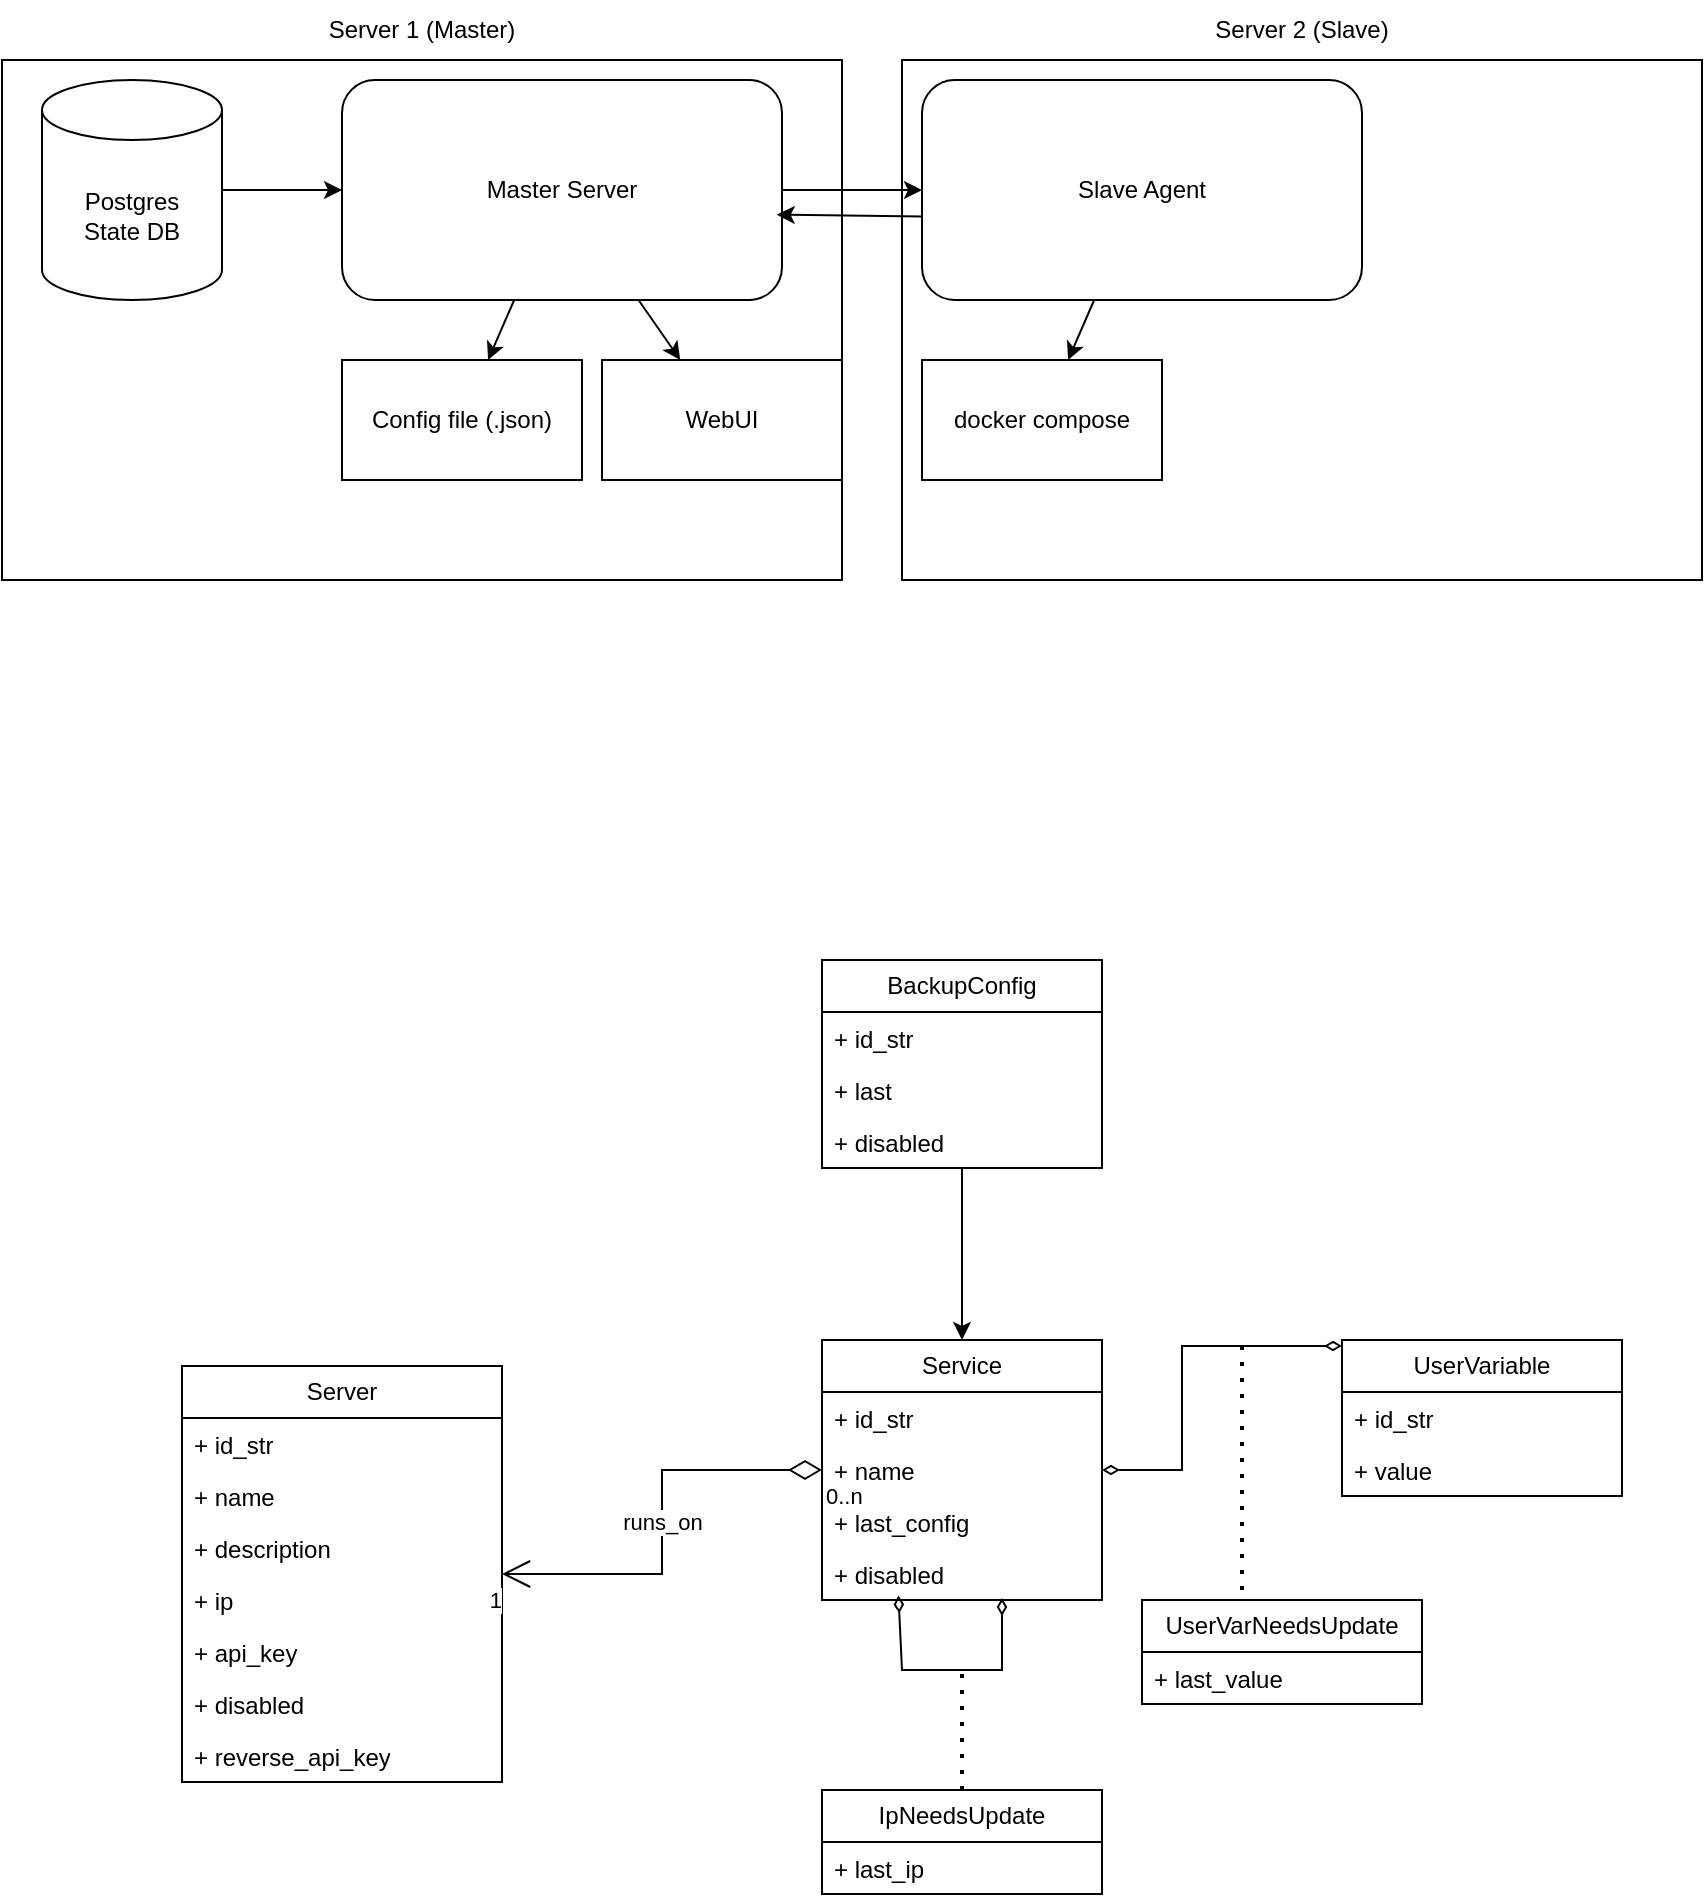
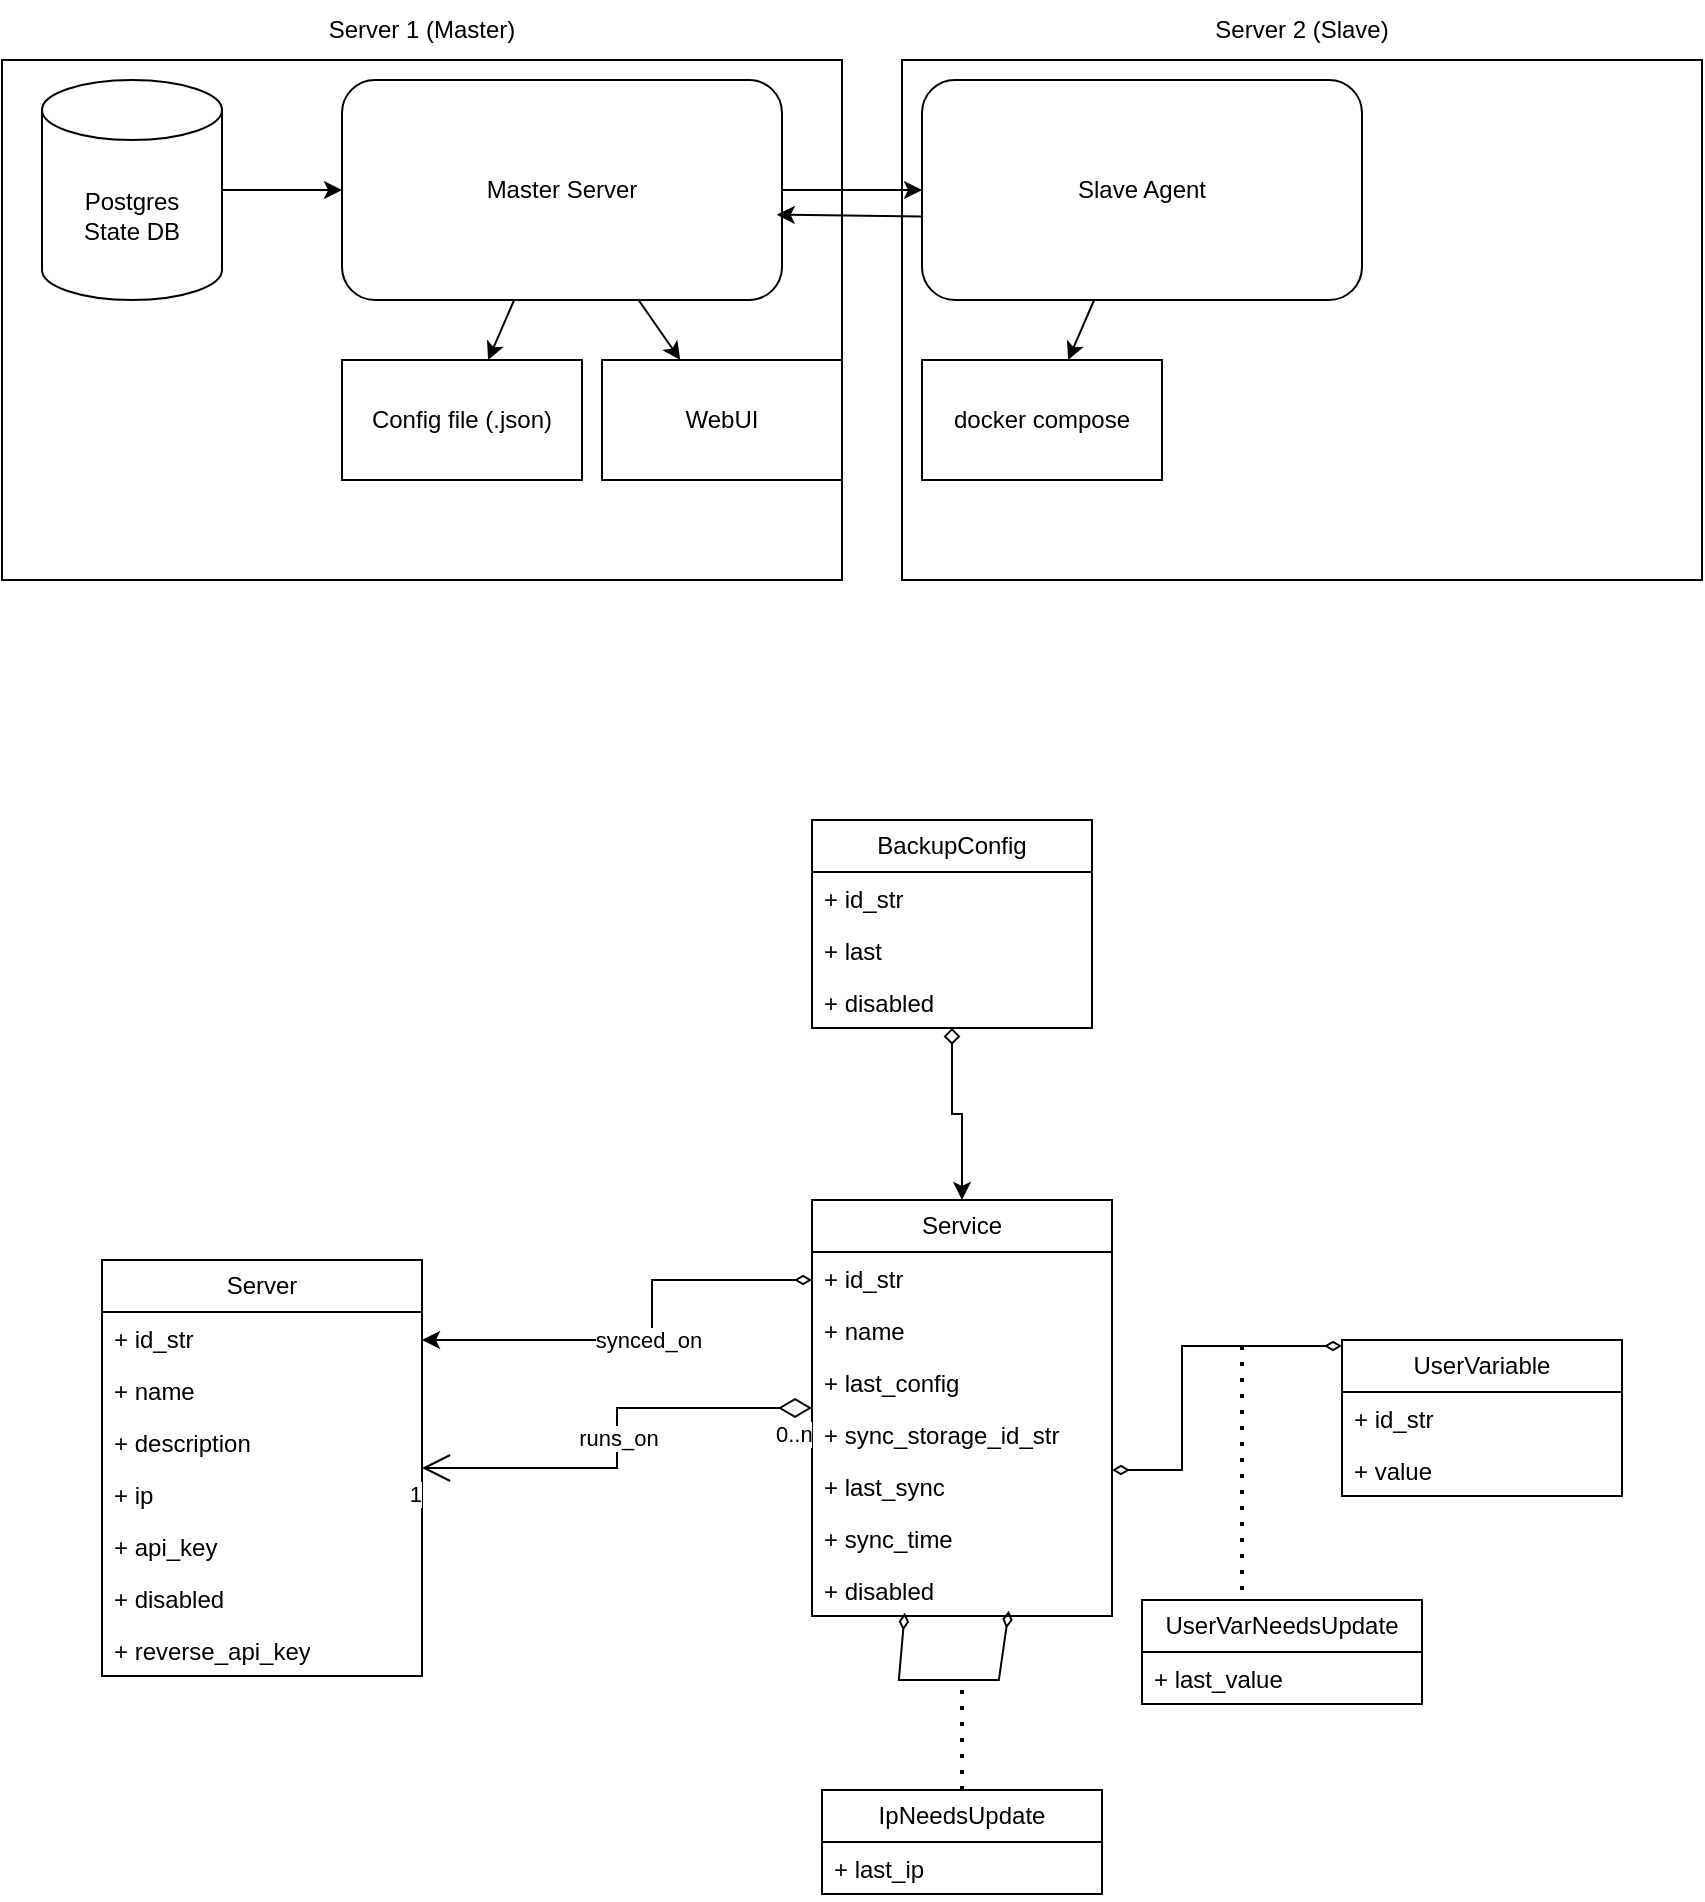
<mxfile host="Electron">
  <diagram name="Page-1" id="u04dbDLROSChQwQIIN78">
-     <mxGraphModel dx="1384" dy="828" grid="1" gridSize="10" guides="1" tooltips="1" connect="1" arrows="1" fold="1" page="1" pageScale="1" pageWidth="850" pageHeight="1100" math="0" shadow="0">
+     <mxGraphModel dx="1119" dy="571" grid="1" gridSize="10" guides="1" tooltips="1" connect="1" arrows="1" fold="1" page="1" pageScale="1" pageWidth="850" pageHeight="1100" math="0" shadow="0">
      <root>
        <mxCell id="0" />
        <mxCell id="1" parent="0" />
        <mxCell id="9iV64V9ao0oustIcTG5U-1" parent="1" style="rounded=0;whiteSpace=wrap;html=1;" value="" vertex="1">
          <mxGeometry height="260" width="420" y="160" as="geometry" />
        </mxCell>
        <mxCell id="7rpz_S_4JCBHVgRM38Kg-1" parent="1" style="shape=cylinder3;whiteSpace=wrap;html=1;boundedLbl=1;backgroundOutline=1;size=15;" value="Postgres&lt;div&gt;State DB&lt;/div&gt;" vertex="1">
          <mxGeometry height="110" width="90" x="20" y="170" as="geometry" />
        </mxCell>
        <mxCell id="9iV64V9ao0oustIcTG5U-2" parent="1" style="text;html=1;whiteSpace=wrap;strokeColor=none;fillColor=none;align=center;verticalAlign=middle;rounded=0;" value="Server 1 (Master)" vertex="1">
          <mxGeometry height="30" width="420" y="130" as="geometry" />
        </mxCell>
        <mxCell id="9iV64V9ao0oustIcTG5U-3" edge="1" parent="1" source="9iV64V9ao0oustIcTG5U-4" style="endArrow=classic;html=1;rounded=0;" value="">
          <mxGeometry height="50" relative="1" width="50" as="geometry">
            <mxPoint x="140" y="240" as="sourcePoint" />
            <mxPoint x="219" y="226" as="targetPoint" />
          </mxGeometry>
        </mxCell>
        <mxCell id="9iV64V9ao0oustIcTG5U-5" edge="1" parent="1" source="7rpz_S_4JCBHVgRM38Kg-1" style="endArrow=classic;html=1;rounded=0;" target="9iV64V9ao0oustIcTG5U-4" value="">
          <mxGeometry height="50" relative="1" width="50" as="geometry">
            <mxPoint x="110" y="225" as="sourcePoint" />
            <mxPoint x="219" y="226" as="targetPoint" />
          </mxGeometry>
        </mxCell>
        <mxCell id="9iV64V9ao0oustIcTG5U-4" parent="1" style="rounded=1;whiteSpace=wrap;html=1;" value="Master Server" vertex="1">
          <mxGeometry height="110" width="220" x="170" y="170" as="geometry" />
        </mxCell>
        <mxCell id="9iV64V9ao0oustIcTG5U-8" parent="1" style="rounded=0;whiteSpace=wrap;html=1;" value="Config file (.json)" vertex="1">
          <mxGeometry height="60" width="120" x="170" y="310" as="geometry" />
        </mxCell>
        <mxCell id="9iV64V9ao0oustIcTG5U-9" edge="1" parent="1" source="9iV64V9ao0oustIcTG5U-4" style="endArrow=classic;html=1;rounded=0;" target="9iV64V9ao0oustIcTG5U-8" value="">
          <mxGeometry height="50" relative="1" width="50" as="geometry">
            <mxPoint x="230" y="240" as="sourcePoint" />
            <mxPoint x="280" y="190" as="targetPoint" />
          </mxGeometry>
        </mxCell>
        <mxCell id="9iV64V9ao0oustIcTG5U-10" parent="1" style="rounded=0;whiteSpace=wrap;html=1;" value="WebUI" vertex="1">
          <mxGeometry height="60" width="120" x="300" y="310" as="geometry" />
        </mxCell>
        <mxCell id="9iV64V9ao0oustIcTG5U-11" edge="1" parent="1" source="9iV64V9ao0oustIcTG5U-4" style="endArrow=classic;html=1;rounded=0;" target="9iV64V9ao0oustIcTG5U-10" value="">
          <mxGeometry height="50" relative="1" width="50" as="geometry">
            <mxPoint x="253" y="290" as="sourcePoint" />
            <mxPoint x="240" y="320" as="targetPoint" />
          </mxGeometry>
        </mxCell>
        <mxCell id="9iV64V9ao0oustIcTG5U-15" parent="1" style="swimlane;fontStyle=0;childLayout=stackLayout;horizontal=1;startSize=26;fillColor=none;horizontalStack=0;resizeParent=1;resizeParentMax=0;resizeLast=0;collapsible=1;marginBottom=0;whiteSpace=wrap;html=1;" value="Server" vertex="1">
-           <mxGeometry height="208" width="160" x="90" y="813" as="geometry" />
+           <mxGeometry height="208" width="160" x="50" y="760" as="geometry" />
        </mxCell>
        <mxCell id="9iV64V9ao0oustIcTG5U-16" parent="9iV64V9ao0oustIcTG5U-15" style="text;strokeColor=none;fillColor=none;align=left;verticalAlign=top;spacingLeft=4;spacingRight=4;overflow=hidden;rotatable=0;points=[[0,0.5],[1,0.5]];portConstraint=eastwest;whiteSpace=wrap;html=1;" value="+ id_str" vertex="1">
          <mxGeometry height="26" width="160" y="26" as="geometry" />
        </mxCell>
        <mxCell id="QAZGeB9ZXG2ebW3zgeek-1" parent="9iV64V9ao0oustIcTG5U-15" style="text;strokeColor=none;fillColor=none;align=left;verticalAlign=top;spacingLeft=4;spacingRight=4;overflow=hidden;rotatable=0;points=[[0,0.5],[1,0.5]];portConstraint=eastwest;whiteSpace=wrap;html=1;" value="+ name" vertex="1">
          <mxGeometry height="26" width="160" y="52" as="geometry" />
        </mxCell>
        <mxCell id="9iV64V9ao0oustIcTG5U-17" parent="9iV64V9ao0oustIcTG5U-15" style="text;strokeColor=none;fillColor=none;align=left;verticalAlign=top;spacingLeft=4;spacingRight=4;overflow=hidden;rotatable=0;points=[[0,0.5],[1,0.5]];portConstraint=eastwest;whiteSpace=wrap;html=1;" value="+ description" vertex="1">
          <mxGeometry height="26" width="160" y="78" as="geometry" />
        </mxCell>
        <mxCell id="9iV64V9ao0oustIcTG5U-48" parent="9iV64V9ao0oustIcTG5U-15" style="text;strokeColor=none;fillColor=none;align=left;verticalAlign=top;spacingLeft=4;spacingRight=4;overflow=hidden;rotatable=0;points=[[0,0.5],[1,0.5]];portConstraint=eastwest;whiteSpace=wrap;html=1;" value="+ ip" vertex="1">
          <mxGeometry height="26" width="160" y="104" as="geometry" />
        </mxCell>
        <mxCell id="zuQy0vujCF-uNrh0Xsyj-1" parent="9iV64V9ao0oustIcTG5U-15" style="text;strokeColor=none;fillColor=none;align=left;verticalAlign=top;spacingLeft=4;spacingRight=4;overflow=hidden;rotatable=0;points=[[0,0.5],[1,0.5]];portConstraint=eastwest;whiteSpace=wrap;html=1;" value="+ api_key" vertex="1">
          <mxGeometry height="26" width="160" y="130" as="geometry" />
        </mxCell>
        <mxCell id="6e563NBslNJ0M3qvIwMc-1" parent="9iV64V9ao0oustIcTG5U-15" style="text;strokeColor=none;fillColor=none;align=left;verticalAlign=top;spacingLeft=4;spacingRight=4;overflow=hidden;rotatable=0;points=[[0,0.5],[1,0.5]];portConstraint=eastwest;whiteSpace=wrap;html=1;" value="+ disabled" vertex="1">
          <mxGeometry height="26" width="160" y="156" as="geometry" />
        </mxCell>
        <mxCell id="SyAdjNH1BNpWEoZhD5zh-42" parent="9iV64V9ao0oustIcTG5U-15" style="text;strokeColor=none;fillColor=none;align=left;verticalAlign=top;spacingLeft=4;spacingRight=4;overflow=hidden;rotatable=0;points=[[0,0.5],[1,0.5]];portConstraint=eastwest;whiteSpace=wrap;html=1;" value="+ reverse_api_key" vertex="1">
          <mxGeometry height="26" width="160" y="182" as="geometry" />
        </mxCell>
        <mxCell id="9iV64V9ao0oustIcTG5U-19" parent="1" style="swimlane;fontStyle=0;childLayout=stackLayout;horizontal=1;startSize=26;fillColor=none;horizontalStack=0;resizeParent=1;resizeParentMax=0;resizeLast=0;collapsible=1;marginBottom=0;whiteSpace=wrap;html=1;" value="Service" vertex="1">
-           <mxGeometry height="130" width="140" x="410" y="800" as="geometry" />
+           <mxGeometry height="208" width="150" x="405" y="730" as="geometry" />
        </mxCell>
        <mxCell id="9iV64V9ao0oustIcTG5U-20" parent="9iV64V9ao0oustIcTG5U-19" style="text;strokeColor=none;fillColor=none;align=left;verticalAlign=top;spacingLeft=4;spacingRight=4;overflow=hidden;rotatable=0;points=[[0,0.5],[1,0.5]];portConstraint=eastwest;whiteSpace=wrap;html=1;" value="+ id_str" vertex="1">
-           <mxGeometry height="26" width="140" y="26" as="geometry" />
+           <mxGeometry height="26" width="150" y="26" as="geometry" />
        </mxCell>
        <mxCell id="9iV64V9ao0oustIcTG5U-23" parent="9iV64V9ao0oustIcTG5U-19" style="text;strokeColor=none;fillColor=none;align=left;verticalAlign=top;spacingLeft=4;spacingRight=4;overflow=hidden;rotatable=0;points=[[0,0.5],[1,0.5]];portConstraint=eastwest;whiteSpace=wrap;html=1;" value="+ name" vertex="1">
-           <mxGeometry height="26" width="140" y="52" as="geometry" />
+           <mxGeometry height="26" width="150" y="52" as="geometry" />
        </mxCell>
        <mxCell id="9iV64V9ao0oustIcTG5U-21" parent="9iV64V9ao0oustIcTG5U-19" style="text;strokeColor=none;fillColor=none;align=left;verticalAlign=top;spacingLeft=4;spacingRight=4;overflow=hidden;rotatable=0;points=[[0,0.5],[1,0.5]];portConstraint=eastwest;whiteSpace=wrap;html=1;" value="+ last_config" vertex="1">
-           <mxGeometry height="26" width="140" y="78" as="geometry" />
+           <mxGeometry height="26" width="150" y="78" as="geometry" />
+         </mxCell>
+         <mxCell id="yKmxdhpsGgsXubfn3Mqu-2" parent="9iV64V9ao0oustIcTG5U-19" style="text;strokeColor=none;fillColor=none;align=left;verticalAlign=top;spacingLeft=4;spacingRight=4;overflow=hidden;rotatable=0;points=[[0,0.5],[1,0.5]];portConstraint=eastwest;whiteSpace=wrap;html=1;" value="+ sync_storage_id_str" vertex="1">
+           <mxGeometry height="26" width="150" y="104" as="geometry" />
+         </mxCell>
+         <mxCell id="yKmxdhpsGgsXubfn3Mqu-3" parent="9iV64V9ao0oustIcTG5U-19" style="text;strokeColor=none;fillColor=none;align=left;verticalAlign=top;spacingLeft=4;spacingRight=4;overflow=hidden;rotatable=0;points=[[0,0.5],[1,0.5]];portConstraint=eastwest;whiteSpace=wrap;html=1;" value="+ last_sync" vertex="1">
+           <mxGeometry height="26" width="150" y="130" as="geometry" />
+         </mxCell>
+         <mxCell id="Go0bGbVw6VlLvd56x6se-3" parent="9iV64V9ao0oustIcTG5U-19" style="text;strokeColor=none;fillColor=none;align=left;verticalAlign=top;spacingLeft=4;spacingRight=4;overflow=hidden;rotatable=0;points=[[0,0.5],[1,0.5]];portConstraint=eastwest;whiteSpace=wrap;html=1;" value="+ sync_time" vertex="1">
+           <mxGeometry height="26" width="150" y="156" as="geometry" />
        </mxCell>
        <mxCell id="6m8BK-Do53RptJvPzUIa-1" parent="9iV64V9ao0oustIcTG5U-19" style="text;strokeColor=none;fillColor=none;align=left;verticalAlign=top;spacingLeft=4;spacingRight=4;overflow=hidden;rotatable=0;points=[[0,0.5],[1,0.5]];portConstraint=eastwest;whiteSpace=wrap;html=1;" value="+ disabled" vertex="1">
-           <mxGeometry height="26" width="140" y="104" as="geometry" />
-         </mxCell>
-         <mxCell id="G8093VhMWsRlcPeueSHj-9" edge="1" parent="9iV64V9ao0oustIcTG5U-19" style="endArrow=diamondThin;html=1;rounded=0;entryX=0.273;entryY=0.912;entryDx=0;entryDy=0;entryPerimeter=0;startArrow=diamondThin;startFill=0;endFill=0;" target="6m8BK-Do53RptJvPzUIa-1" value=" ">
+           <mxGeometry height="26" width="150" y="182" as="geometry" />
+         </mxCell>
+         <mxCell id="G8093VhMWsRlcPeueSHj-9" edge="1" parent="9iV64V9ao0oustIcTG5U-19" source="6m8BK-Do53RptJvPzUIa-1" style="endArrow=diamondThin;html=1;rounded=0;entryX=0.309;entryY=0.937;entryDx=0;entryDy=0;entryPerimeter=0;startArrow=diamondThin;startFill=0;endFill=0;exitX=0.656;exitY=0.899;exitDx=0;exitDy=0;exitPerimeter=0;" target="6m8BK-Do53RptJvPzUIa-1" value=" ">
          <mxGeometry height="50" relative="1" width="50" as="geometry">
            <Array as="points">
-               <mxPoint x="90" y="165" />
-               <mxPoint x="40" y="165" />
+               <mxPoint x="93.43" y="240" />
+               <mxPoint x="43.43000000000001" y="240" />
            </Array>
-             <mxPoint x="90" y="129" as="sourcePoint" />
-             <mxPoint x="50" y="165" as="targetPoint" />
+             <mxPoint x="101.54999999999973" y="245.63400000000001" as="sourcePoint" />
+             <mxPoint x="45.29999999999973" y="247.11599999999999" as="targetPoint" />
          </mxGeometry>
        </mxCell>
        <mxCell id="9iV64V9ao0oustIcTG5U-33" parent="1" style="swimlane;fontStyle=0;childLayout=stackLayout;horizontal=1;startSize=26;fillColor=none;horizontalStack=0;resizeParent=1;resizeParentMax=0;resizeLast=0;collapsible=1;marginBottom=0;whiteSpace=wrap;html=1;" value="UserVariable" vertex="1">
          <mxGeometry height="78" width="140" x="670" y="800" as="geometry" />
        </mxCell>
        <mxCell id="9iV64V9ao0oustIcTG5U-34" parent="9iV64V9ao0oustIcTG5U-33" style="text;strokeColor=none;fillColor=none;align=left;verticalAlign=top;spacingLeft=4;spacingRight=4;overflow=hidden;rotatable=0;points=[[0,0.5],[1,0.5]];portConstraint=eastwest;whiteSpace=wrap;html=1;" value="+ id_str" vertex="1">
          <mxGeometry height="26" width="140" y="26" as="geometry" />
        </mxCell>
        <mxCell id="9iV64V9ao0oustIcTG5U-35" parent="9iV64V9ao0oustIcTG5U-33" style="text;strokeColor=none;fillColor=none;align=left;verticalAlign=top;spacingLeft=4;spacingRight=4;overflow=hidden;rotatable=0;points=[[0,0.5],[1,0.5]];portConstraint=eastwest;whiteSpace=wrap;html=1;" value="+ value" vertex="1">
          <mxGeometry height="26" width="140" y="52" as="geometry" />
        </mxCell>
        <mxCell id="9iV64V9ao0oustIcTG5U-37" edge="1" parent="1" source="9iV64V9ao0oustIcTG5U-19" style="endArrow=open;html=1;endSize=12;startArrow=diamondThin;startSize=14;startFill=0;edgeStyle=orthogonalEdgeStyle;rounded=0;" target="9iV64V9ao0oustIcTG5U-15" value="runs_on">
          <mxGeometry relative="1" as="geometry">
            <mxPoint x="260" y="975" as="sourcePoint" />
            <mxPoint x="420" y="975" as="targetPoint" />
          </mxGeometry>
        </mxCell>
        <mxCell id="9iV64V9ao0oustIcTG5U-38" connectable="0" parent="9iV64V9ao0oustIcTG5U-37" style="edgeLabel;resizable=0;html=1;align=left;verticalAlign=top;" value="0..n" vertex="1">
-           <mxGeometry relative="1" x="-1" as="geometry" />
+           <mxGeometry relative="1" x="-1" as="geometry">
+             <mxPoint x="-20" as="offset" />
+           </mxGeometry>
        </mxCell>
        <mxCell id="9iV64V9ao0oustIcTG5U-39" connectable="0" parent="9iV64V9ao0oustIcTG5U-37" style="edgeLabel;resizable=0;html=1;align=right;verticalAlign=top;" value="1" vertex="1">
          <mxGeometry relative="1" x="1" as="geometry" />
        </mxCell>
        <mxCell id="9iV64V9ao0oustIcTG5U-40" parent="1" style="rounded=0;whiteSpace=wrap;html=1;" value="" vertex="1">
          <mxGeometry height="260" width="400" x="450" y="160" as="geometry" />
        </mxCell>
        <mxCell id="9iV64V9ao0oustIcTG5U-41" parent="1" style="text;html=1;whiteSpace=wrap;strokeColor=none;fillColor=none;align=center;verticalAlign=middle;rounded=0;" value="Server 2 (Slave)" vertex="1">
          <mxGeometry height="30" width="400" x="450" y="130" as="geometry" />
        </mxCell>
        <mxCell id="9iV64V9ao0oustIcTG5U-42" parent="1" style="rounded=1;whiteSpace=wrap;html=1;" value="Slave Agent" vertex="1">
          <mxGeometry height="110" width="220" x="460" y="170" as="geometry" />
        </mxCell>
        <mxCell id="9iV64V9ao0oustIcTG5U-43" edge="1" parent="1" source="9iV64V9ao0oustIcTG5U-4" style="endArrow=classic;html=1;rounded=0;" target="9iV64V9ao0oustIcTG5U-42" value="">
          <mxGeometry height="50" relative="1" width="50" as="geometry">
            <mxPoint x="330" y="290" as="sourcePoint" />
            <mxPoint x="351" y="320" as="targetPoint" />
          </mxGeometry>
        </mxCell>
        <mxCell id="9iV64V9ao0oustIcTG5U-44" edge="1" parent="1" source="9iV64V9ao0oustIcTG5U-42" style="endArrow=classic;html=1;rounded=0;entryX=0.988;entryY=0.612;entryDx=0;entryDy=0;entryPerimeter=0;exitX=-0.001;exitY=0.621;exitDx=0;exitDy=0;exitPerimeter=0;" target="9iV64V9ao0oustIcTG5U-4" value="">
          <mxGeometry height="50" relative="1" width="50" as="geometry">
            <mxPoint x="410" y="220" as="sourcePoint" />
            <mxPoint x="480" y="220" as="targetPoint" />
          </mxGeometry>
        </mxCell>
        <mxCell id="9iV64V9ao0oustIcTG5U-45" parent="1" style="rounded=0;whiteSpace=wrap;html=1;" value="docker compose" vertex="1">
          <mxGeometry height="60" width="120" x="460" y="310" as="geometry" />
        </mxCell>
        <mxCell id="9iV64V9ao0oustIcTG5U-47" edge="1" parent="1" source="9iV64V9ao0oustIcTG5U-42" style="endArrow=classic;html=1;rounded=0;" target="9iV64V9ao0oustIcTG5U-45" value="">
          <mxGeometry height="50" relative="1" width="50" as="geometry">
            <mxPoint x="330" y="300" as="sourcePoint" />
            <mxPoint x="351" y="330" as="targetPoint" />
          </mxGeometry>
        </mxCell>
        <mxCell id="G8093VhMWsRlcPeueSHj-1" parent="1" style="swimlane;fontStyle=0;childLayout=stackLayout;horizontal=1;startSize=26;fillColor=none;horizontalStack=0;resizeParent=1;resizeParentMax=0;resizeLast=0;collapsible=1;marginBottom=0;whiteSpace=wrap;html=1;" value="Ip&lt;span style=&quot;background-color: transparent; color: light-dark(rgb(0, 0, 0), rgb(255, 255, 255));&quot;&gt;NeedsUpdate&lt;/span&gt;" vertex="1">
          <mxGeometry height="52" width="140" x="410" y="1025" as="geometry" />
        </mxCell>
        <mxCell id="G8093VhMWsRlcPeueSHj-4" parent="G8093VhMWsRlcPeueSHj-1" style="text;strokeColor=none;fillColor=none;align=left;verticalAlign=top;spacingLeft=4;spacingRight=4;overflow=hidden;rotatable=0;points=[[0,0.5],[1,0.5]];portConstraint=eastwest;whiteSpace=wrap;html=1;" value="+ last_ip" vertex="1">
          <mxGeometry height="26" width="140" y="26" as="geometry" />
        </mxCell>
        <mxCell id="G8093VhMWsRlcPeueSHj-11" edge="1" parent="1" source="G8093VhMWsRlcPeueSHj-1" style="endArrow=none;dashed=1;html=1;dashPattern=1 3;strokeWidth=2;rounded=0;exitX=0.5;exitY=0;exitDx=0;exitDy=0;" value="">
          <mxGeometry height="50" relative="1" width="50" as="geometry">
            <mxPoint x="430" y="1015" as="sourcePoint" />
-             <mxPoint x="480" y="965" as="targetPoint" />
+             <mxPoint x="480" y="970" as="targetPoint" />
          </mxGeometry>
        </mxCell>
        <mxCell id="hCY608AhxY1pZqDdW0uS-4" edge="1" parent="1" source="9iV64V9ao0oustIcTG5U-33" style="edgeStyle=orthogonalEdgeStyle;rounded=0;orthogonalLoop=1;jettySize=auto;html=1;startArrow=diamondThin;startFill=0;endArrow=diamondThin;endFill=0;" target="9iV64V9ao0oustIcTG5U-19">
          <mxGeometry relative="1" as="geometry">
            <Array as="points">
              <mxPoint x="590" y="803" />
              <mxPoint x="590" y="865" />
            </Array>
          </mxGeometry>
        </mxCell>
        <mxCell id="hCY608AhxY1pZqDdW0uS-1" parent="1" style="swimlane;fontStyle=0;childLayout=stackLayout;horizontal=1;startSize=26;fillColor=none;horizontalStack=0;resizeParent=1;resizeParentMax=0;resizeLast=0;collapsible=1;marginBottom=0;whiteSpace=wrap;html=1;" value="&lt;span style=&quot;background-color: transparent; color: light-dark(rgb(0, 0, 0), rgb(255, 255, 255));&quot;&gt;UserVarNeedsUpdate&lt;/span&gt;" vertex="1">
          <mxGeometry height="52" width="140" x="570" y="930" as="geometry" />
        </mxCell>
        <mxCell id="hCY608AhxY1pZqDdW0uS-2" parent="hCY608AhxY1pZqDdW0uS-1" style="text;strokeColor=none;fillColor=none;align=left;verticalAlign=top;spacingLeft=4;spacingRight=4;overflow=hidden;rotatable=0;points=[[0,0.5],[1,0.5]];portConstraint=eastwest;whiteSpace=wrap;html=1;" value="+ last_value" vertex="1">
          <mxGeometry height="26" width="140" y="26" as="geometry" />
        </mxCell>
        <mxCell id="hCY608AhxY1pZqDdW0uS-7" edge="1" parent="1" style="endArrow=none;dashed=1;html=1;dashPattern=1 3;strokeWidth=2;rounded=0;" value="">
          <mxGeometry height="50" relative="1" width="50" as="geometry">
            <mxPoint x="620" y="925" as="sourcePoint" />
            <mxPoint x="620" y="800" as="targetPoint" />
          </mxGeometry>
        </mxCell>
-         <mxCell id="nUF84VLDERHVkbx3kqEc-5" edge="1" parent="1" source="nUF84VLDERHVkbx3kqEc-1" style="edgeStyle=orthogonalEdgeStyle;rounded=0;orthogonalLoop=1;jettySize=auto;html=1;" target="9iV64V9ao0oustIcTG5U-19">
+         <mxCell id="nUF84VLDERHVkbx3kqEc-5" edge="1" parent="1" source="nUF84VLDERHVkbx3kqEc-1" style="edgeStyle=orthogonalEdgeStyle;rounded=0;orthogonalLoop=1;jettySize=auto;html=1;startArrow=diamond;startFill=0;" target="9iV64V9ao0oustIcTG5U-19" value=" ">
          <mxGeometry relative="1" as="geometry" />
        </mxCell>
        <mxCell id="nUF84VLDERHVkbx3kqEc-1" parent="1" style="swimlane;fontStyle=0;childLayout=stackLayout;horizontal=1;startSize=26;fillColor=none;horizontalStack=0;resizeParent=1;resizeParentMax=0;resizeLast=0;collapsible=1;marginBottom=0;whiteSpace=wrap;html=1;" value="BackupConfig" vertex="1">
-           <mxGeometry height="104" width="140" x="410" y="610" as="geometry" />
+           <mxGeometry height="104" width="140" x="405" y="540" as="geometry" />
        </mxCell>
        <mxCell id="nUF84VLDERHVkbx3kqEc-2" parent="nUF84VLDERHVkbx3kqEc-1" style="text;strokeColor=none;fillColor=none;align=left;verticalAlign=top;spacingLeft=4;spacingRight=4;overflow=hidden;rotatable=0;points=[[0,0.5],[1,0.5]];portConstraint=eastwest;whiteSpace=wrap;html=1;" value="+ id_str" vertex="1">
          <mxGeometry height="26" width="140" y="26" as="geometry" />
        </mxCell>
        <mxCell id="nUF84VLDERHVkbx3kqEc-3" parent="nUF84VLDERHVkbx3kqEc-1" style="text;strokeColor=none;fillColor=none;align=left;verticalAlign=top;spacingLeft=4;spacingRight=4;overflow=hidden;rotatable=0;points=[[0,0.5],[1,0.5]];portConstraint=eastwest;whiteSpace=wrap;html=1;" value="+ last" vertex="1">
          <mxGeometry height="26" width="140" y="52" as="geometry" />
        </mxCell>
        <mxCell id="nUF84VLDERHVkbx3kqEc-4" parent="nUF84VLDERHVkbx3kqEc-1" style="text;strokeColor=none;fillColor=none;align=left;verticalAlign=top;spacingLeft=4;spacingRight=4;overflow=hidden;rotatable=0;points=[[0,0.5],[1,0.5]];portConstraint=eastwest;whiteSpace=wrap;html=1;" value="+ disabled" vertex="1">
          <mxGeometry height="26" width="140" y="78" as="geometry" />
+         </mxCell>
+         <mxCell id="Go0bGbVw6VlLvd56x6se-4" edge="1" parent="1" style="endArrow=classic;html=1;rounded=0;edgeStyle=orthogonalEdgeStyle;startArrow=diamondThin;startFill=0;" value="synced_on">
+           <mxGeometry height="50" relative="1" width="50" as="geometry">
+             <Array as="points">
+               <mxPoint x="325" y="769.97" />
+               <mxPoint x="325" y="799.97" />
+             </Array>
+             <mxPoint x="404.9999999999998" y="770.0044827586207" as="sourcePoint" />
+             <mxPoint x="210" y="800.0044827586207" as="targetPoint" />
+           </mxGeometry>
        </mxCell>
      </root>
    </mxGraphModel>
  </diagram>
</mxfile>
